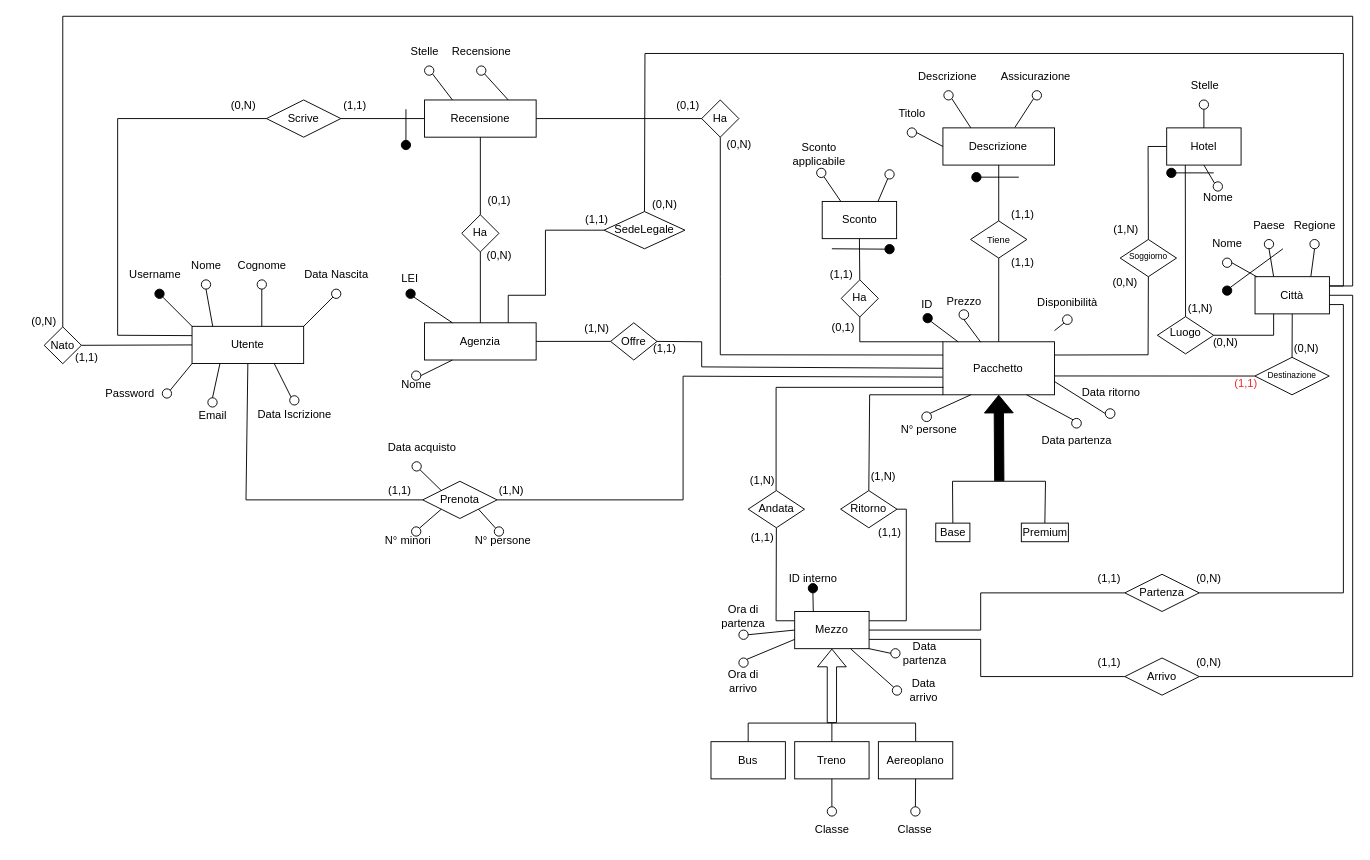
Before: ER/ER.drawio in bustre/Easy-travel, a draw.io diagram. Source tidied: cells renumbered, new cells numbered last; positions are measured from the earlier drawing's top-left corner, leaving out a move shared by most shapes. Both pictures are drawn from the tidied source at 93%, with x=0, y=0 at pixel (16, 16).
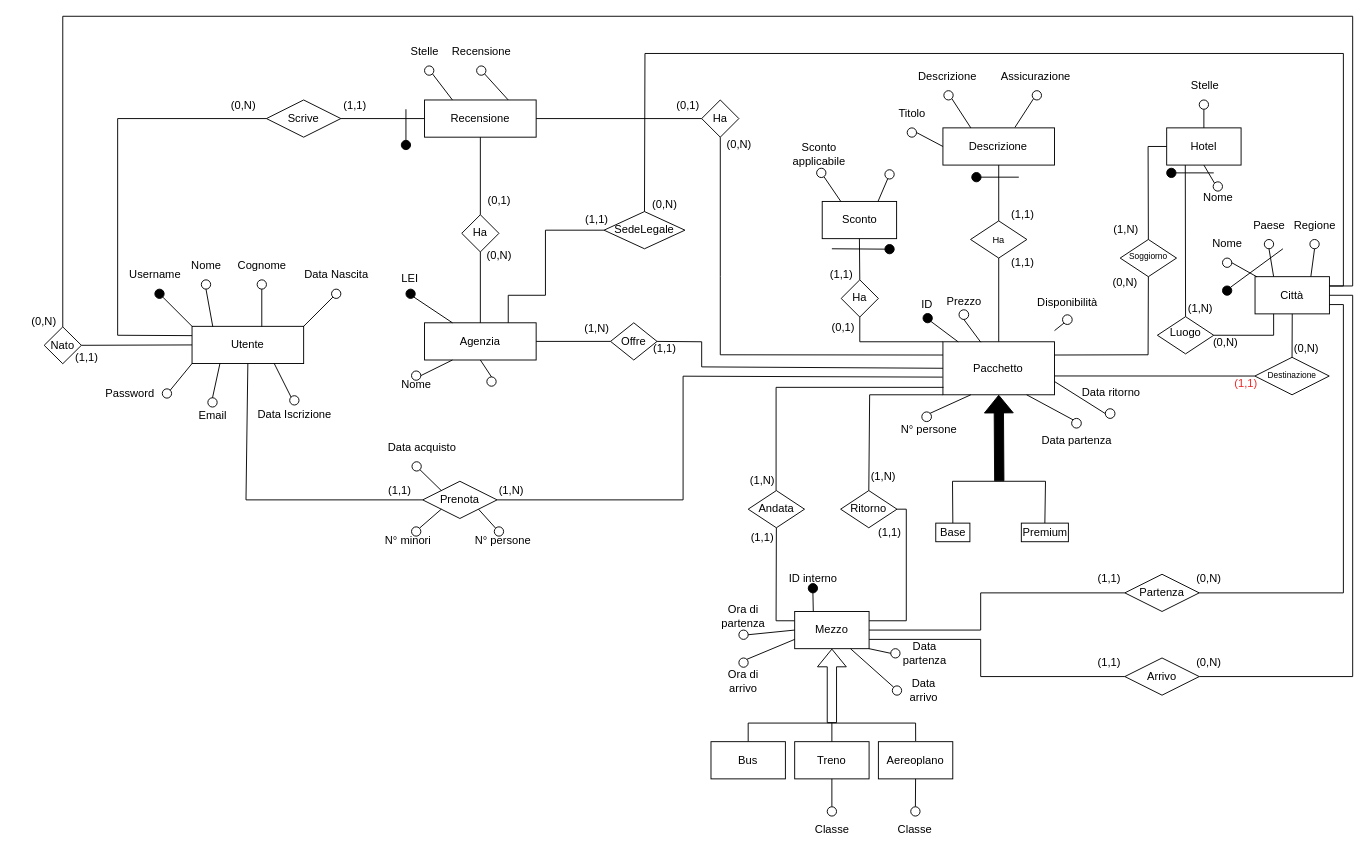
The same diagram, later.

Unchanged cells that the change refers to:
```xml
<mxCell id="124" value="Agenzia" style="rounded=0;whiteSpace=wrap;html=1;" parent="1" vertex="1">
  <mxGeometry x="439" y="329.6" width="120" height="40" as="geometry" />
</mxCell>
```

Diff of the diagram source:
```diff
@@
-    <mxCell id="5" value="&lt;div align=&quot;center&quot;&gt;&lt;font style=&quot;font-size: 10px;&quot;&gt;Tiene&lt;/font&gt;&lt;/div&gt;" style="rhombus;whiteSpace=wrap;html=1;align=center;" parent="1" vertex="1">
+    <mxCell id="5" value="&lt;div align=&quot;center&quot;&gt;&lt;font style=&quot;font-size: 10px;&quot;&gt;Ha&lt;/font&gt;&lt;/div&gt;" style="rhombus;whiteSpace=wrap;html=1;align=center;" parent="1" vertex="1">
       <mxGeometry x="1026.1" y="220" width="60.6" height="40" as="geometry" />
     </mxCell>
@@
+    <mxCell id="223" style="ellipse;whiteSpace=wrap;html=1;" parent="1" vertex="1">
+      <mxGeometry x="506" y="387.8" width="10" height="10" as="geometry" />
+    </mxCell>
+    <mxCell id="224" style="endArrow=none;html=1;rounded=0;exitX=0.5;exitY=1;exitDx=0;exitDy=0;entryX=0.5;entryY=0;entryDx=0;entryDy=0;" parent="1" edge="1" source="124" target="223">
+      <mxGeometry relative="1" as="geometry" />
+    </mxCell>
```
